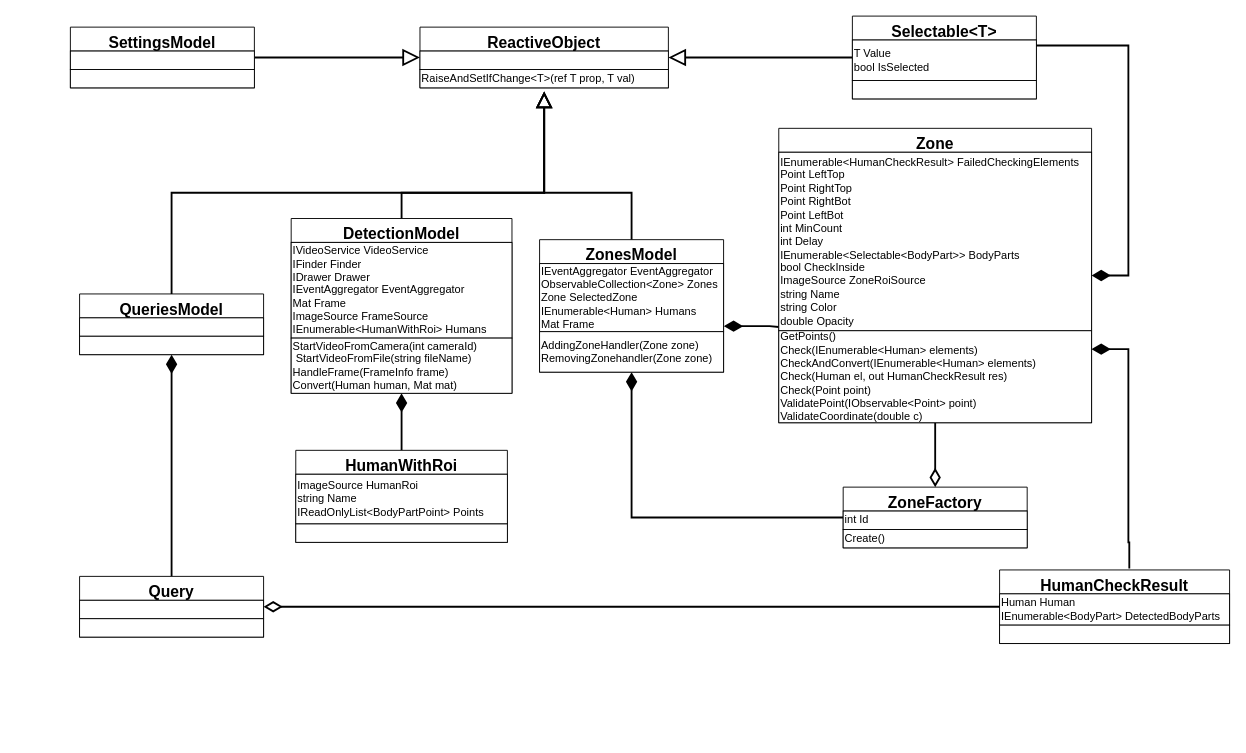
This is page "Models" (1 of 11) of Engineering/Packets-detailed.drawio from GoldGreen/Skeletonization, a draw.io file, before an edit. Source tidied: cells renumbered, new cells numbered last; positions are measured from the earlier drawing's top-left corner, leaving out a move shared by most shapes. Both pictures are drawn from the tidied source at 92%, with x=0, y=0 at pixel (70, 16).
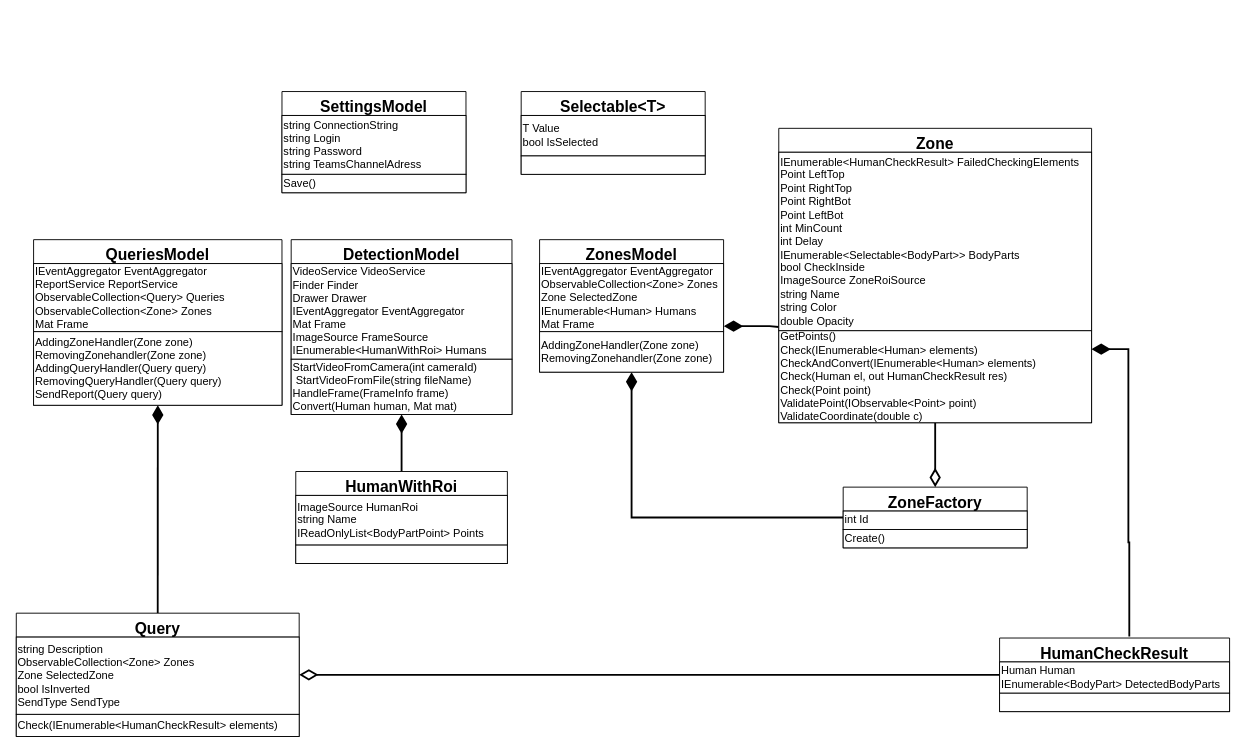
The same diagram, later.

Unchanged cells that the change refers to:
```xml
<mxCell id="10" value="ZonesModel" style="swimlane;fontStyle=1;align=center;verticalAlign=top;horizontal=1;startSize=26;fontSize=17;" parent="1" vertex="1">
  <mxGeometry x="510" y="243" width="200" height="144" as="geometry" />
</mxCell>
<mxCell id="27" value="Zone" style="swimlane;fontStyle=1;align=center;verticalAlign=top;horizontal=1;startSize=26;fontSize=17;" parent="1" vertex="1">
  <mxGeometry x="770" y="122" width="340" height="320" as="geometry" />
</mxCell>
```

Diff of the diagram source:
```diff
@@
-    <mxCell id="2" value="ReactiveObject" style="swimlane;fontStyle=1;align=center;verticalAlign=top;horizontal=1;startSize=26;fontSize=17;" parent="1" vertex="1">
-      <mxGeometry x="380" y="12" width="270" height="66" as="geometry" />
-    </mxCell>
-    <mxCell id="3" style="rounded=0;whiteSpace=wrap;html=1;fontFamily=Helvetica;fontSize=12;fontColor=default;startSize=26;strokeColor=default;fillColor=default;align=left;" parent="2" vertex="1">
-      <mxGeometry y="26" width="270" height="20" as="geometry" />
-    </mxCell>
-    <mxCell id="4" value="&lt;span&gt;RaiseAndSetIfChange&amp;lt;T&amp;gt;(ref T prop, T val)&lt;/span&gt;" style="rounded=0;whiteSpace=wrap;html=1;fontFamily=Helvetica;fontSize=12;fontColor=default;startSize=26;strokeColor=default;fillColor=default;align=left;" parent="2" vertex="1">
-      <mxGeometry y="46" width="270" height="20" as="geometry" />
-    </mxCell>
@@
-    <mxCell id="7" style="edgeStyle=orthogonalEdgeStyle;rounded=0;jettySize=auto;html=1;exitX=0.5;exitY=0;exitDx=0;exitDy=0;fontFamily=Helvetica;fontSize=12;fontColor=default;endArrow=block;endFill=0;startSize=26;endSize=13;strokeWidth=2;entryX=0.5;entryY=1;entryDx=0;entryDy=0;" parent="1" edge="1" source="10">
-      <mxGeometry relative="1" as="geometry">
-        <mxPoint x="515" y="82" as="targetPoint" />
-        <Array as="points">
-          <mxPoint x="610" y="192" />
-          <mxPoint x="515" y="192" />
-        </Array>
-      </mxGeometry>
-    </mxCell>
-    <mxCell id="8" value="&lt;span style=&quot;font-size: 17px&quot;&gt; &lt;/span&gt;" style="edgeLabel;html=1;align=center;verticalAlign=middle;fontSize=18;fontFamily=Helvetica;fontColor=default;" parent="7" vertex="1">
-      <mxGeometry x="-0.56" y="-1" relative="1" as="geometry" />
-    </mxCell>
@@
-    <mxCell id="17" value=" " style="edgeStyle=orthogonalEdgeStyle;rounded=0;jettySize=auto;html=1;exitX=1;exitY=0.5;exitDx=0;exitDy=0;entryX=0;entryY=0.5;entryDx=0;entryDy=0;fontSize=17;endArrow=block;endFill=0;startSize=6;endSize=14;strokeWidth=2;" parent="1" edge="1" source="18" target="2">
-      <mxGeometry relative="1" as="geometry" />
-    </mxCell>
     <mxCell id="18" value="SettingsModel" style="swimlane;fontStyle=1;align=center;verticalAlign=top;horizontal=1;startSize=26;fontSize=17;" parent="1" vertex="1">
-      <mxGeometry y="12" width="200" height="66" as="geometry" />
+      <mxGeometry x="230" y="82" width="200" height="110" as="geometry" />
     </mxCell>
-    <mxCell id="19" style="rounded=0;whiteSpace=wrap;html=1;fontFamily=Helvetica;fontSize=12;fontColor=default;startSize=26;strokeColor=default;fillColor=default;align=left;" parent="18" vertex="1">
-      <mxGeometry y="26" width="200" height="20" as="geometry" />
+    <mxCell id="19" value="string ConnectionString&lt;br&gt;string Login&lt;br&gt;string Password&lt;br&gt;string TeamsChannelAdress" style="rounded=0;whiteSpace=wrap;html=1;fontFamily=Helvetica;fontSize=12;fontColor=default;startSize=26;strokeColor=default;fillColor=default;align=left;" parent="18" vertex="1">
+      <mxGeometry y="26" width="200" height="64" as="geometry" />
     </mxCell>
-    <mxCell id="20" style="rounded=0;whiteSpace=wrap;html=1;fontFamily=Helvetica;fontSize=12;fontColor=default;startSize=26;strokeColor=default;fillColor=default;align=left;" parent="18" vertex="1">
-      <mxGeometry y="46" width="200" height="20" as="geometry" />
+    <mxCell id="20" value="Save()" style="rounded=0;whiteSpace=wrap;html=1;fontFamily=Helvetica;fontSize=12;fontColor=default;startSize=26;strokeColor=default;fillColor=default;align=left;" parent="18" vertex="1">
+      <mxGeometry y="90" width="200" height="20" as="geometry" />
     </mxCell>
@@
-    <mxCell id="22" style="edgeStyle=orthogonalEdgeStyle;rounded=0;jettySize=auto;html=1;exitX=0.5;exitY=0;exitDx=0;exitDy=0;entryX=0.5;entryY=1;entryDx=0;entryDy=0;fontFamily=Helvetica;fontSize=12;fontColor=default;startSize=26;endArrow=block;endFill=0;endSize=13;strokeWidth=2;" parent="1" edge="1" source="24">
-      <mxGeometry relative="1" as="geometry">
-        <mxPoint x="515" y="82" as="targetPoint" />
-        <Array as="points">
-          <mxPoint x="360" y="192" />
-          <mxPoint x="515" y="192" />
-        </Array>
-      </mxGeometry>
-    </mxCell>
-    <mxCell id="23" value="&lt;span style=&quot;font-size: 17px&quot;&gt; &lt;/span&gt;" style="edgeLabel;html=1;align=center;verticalAlign=middle;fontSize=18;fontFamily=Helvetica;fontColor=default;" parent="22" vertex="1">
-      <mxGeometry x="-0.66" y="-4" relative="1" as="geometry" />
-    </mxCell>
     <mxCell id="24" value="DetectionModel" style="swimlane;fontStyle=1;align=center;verticalAlign=top;horizontal=1;startSize=26;fontSize=17;" parent="1" vertex="1">
-      <mxGeometry x="240" y="220" width="240" height="190" as="geometry" />
+      <mxGeometry x="240" y="243" width="240" height="190" as="geometry" />
     </mxCell>
-    <mxCell id="25" value="IVideoService VideoService&lt;br&gt;IFinder Finder&lt;br&gt;IDrawer Drawer&lt;br&gt;IEventAggregator EventAggregator&lt;br&gt;Mat Frame&lt;br&gt;ImageSource FrameSource&lt;br&gt;IEnumerable&amp;lt;HumanWithRoi&amp;gt; Humans" style="rounded=0;whiteSpace=wrap;html=1;fontFamily=Helvetica;fontSize=12;fontColor=default;startSize=26;strokeColor=default;fillColor=default;align=left;" parent="24" vertex="1">
+    <mxCell id="25" value="VideoService VideoService&lt;br&gt;Finder Finder&lt;br&gt;Drawer Drawer&lt;br&gt;IEventAggregator EventAggregator&lt;br&gt;Mat Frame&lt;br&gt;ImageSource FrameSource&lt;br&gt;IEnumerable&amp;lt;HumanWithRoi&amp;gt; Humans" style="rounded=0;whiteSpace=wrap;html=1;fontFamily=Helvetica;fontSize=12;fontColor=default;startSize=26;strokeColor=default;fillColor=default;align=left;" parent="24" vertex="1">
       <mxGeometry y="26" width="240" height="104" as="geometry" />
     </mxCell>
@@
-    <mxCell id="32" style="edgeStyle=orthogonalEdgeStyle;rounded=0;jettySize=auto;html=1;exitX=0.5;exitY=0;exitDx=0;exitDy=0;entryX=0.5;entryY=1;entryDx=0;entryDy=0;fontFamily=Helvetica;fontSize=12;fontColor=default;endArrow=block;endFill=0;startSize=26;endSize=13;strokeWidth=2;" parent="1" edge="1" source="34">
-      <mxGeometry relative="1" as="geometry">
-        <mxPoint x="515" y="82" as="targetPoint" />
-        <Array as="points">
-          <mxPoint x="110" y="192" />
-          <mxPoint x="515" y="192" />
-        </Array>
-      </mxGeometry>
-    </mxCell>
-    <mxCell id="33" value="&lt;span style=&quot;font-size: 17px&quot;&gt; &lt;/span&gt;" style="edgeLabel;html=1;align=center;verticalAlign=middle;fontSize=18;fontFamily=Helvetica;fontColor=default;" parent="32" vertex="1">
-      <mxGeometry x="-0.23" y="-1" relative="1" as="geometry" />
-    </mxCell>
     <mxCell id="34" value="QueriesModel" style="swimlane;fontStyle=1;align=center;verticalAlign=top;horizontal=1;startSize=26;fontSize=17;" parent="1" vertex="1">
-      <mxGeometry x="10" y="302" width="200" height="66" as="geometry" />
+      <mxGeometry x="-40" y="243" width="270" height="180" as="geometry" />
     </mxCell>
-    <mxCell id="35" style="rounded=0;whiteSpace=wrap;html=1;fontFamily=Helvetica;fontSize=12;fontColor=default;startSize=26;strokeColor=default;fillColor=default;align=left;" parent="34" vertex="1">
-      <mxGeometry y="26" width="200" height="20" as="geometry" />
+    <mxCell id="35" value="&lt;span&gt;IEventAggregator EventAggregator&lt;br&gt;&lt;/span&gt;ReportService ReportService&lt;br&gt;&lt;span&gt;ObservableCollection&amp;lt;Query&amp;gt; Queries&lt;br&gt;&lt;/span&gt;ObservableCollection&amp;lt;Zone&amp;gt; Zones&lt;br&gt;&lt;span&gt;Mat Frame&lt;br&gt;&lt;/span&gt;" style="rounded=0;whiteSpace=wrap;html=1;fontFamily=Helvetica;fontSize=12;fontColor=default;startSize=26;strokeColor=default;fillColor=default;align=left;" parent="34" vertex="1">
+      <mxGeometry y="26" width="270" height="74" as="geometry" />
     </mxCell>
-    <mxCell id="36" style="rounded=0;whiteSpace=wrap;html=1;fontFamily=Helvetica;fontSize=12;fontColor=default;startSize=26;strokeColor=default;fillColor=default;align=left;" parent="34" vertex="1">
-      <mxGeometry y="46" width="200" height="20" as="geometry" />
+    <mxCell id="36" value="&lt;span&gt;AddingZoneHandler(Zone zone)&lt;/span&gt;&lt;br&gt;&lt;span&gt;RemovingZonehandler(Zone zone)&lt;br&gt;&lt;/span&gt;AddingQueryHandler(Query query)&lt;br&gt;RemovingQueryHandler(Query query)&lt;br&gt;SendReport(Query query)&lt;span&gt;&lt;br&gt;&lt;/span&gt;" style="rounded=0;whiteSpace=wrap;html=1;fontFamily=Helvetica;fontSize=12;fontColor=default;startSize=26;strokeColor=default;fillColor=default;align=left;" parent="34" vertex="1">
+      <mxGeometry y="100" width="270" height="80" as="geometry" />
     </mxCell>
     <mxCell id="37" value="HumanWithRoi" style="swimlane;fontStyle=1;align=center;verticalAlign=top;horizontal=1;startSize=26;fontSize=17;" parent="1" vertex="1">
-      <mxGeometry x="245" y="472" width="230" height="100" as="geometry" />
+      <mxGeometry x="245" y="495" width="230" height="100" as="geometry" />
     </mxCell>
@@
     <mxCell id="40" value="HumanCheckResult" style="swimlane;fontStyle=1;align=center;verticalAlign=top;horizontal=1;startSize=26;fontSize=17;" parent="1" vertex="1">
-      <mxGeometry x="1010" y="602" width="250" height="80" as="geometry" />
+      <mxGeometry x="1010" y="676" width="250" height="80" as="geometry" />
     </mxCell>
@@
-    <mxCell id="43" style="edgeStyle=orthogonalEdgeStyle;rounded=0;jettySize=auto;html=1;exitX=0;exitY=0.5;exitDx=0;exitDy=0;entryX=1;entryY=0.5;entryDx=0;entryDy=0;fontSize=17;endArrow=block;endFill=0;startSize=6;endSize=14;strokeWidth=2;" parent="1" edge="1" source="45" target="2">
-      <mxGeometry relative="1" as="geometry" />
-    </mxCell>
-    <mxCell id="44" value=" " style="edgeLabel;html=1;align=center;verticalAlign=middle;fontSize=17;" parent="43" vertex="1">
-      <mxGeometry x="-0.22" y="2" relative="1" as="geometry" />
-    </mxCell>
     <mxCell id="45" value="Selectable&lt;T&gt;" style="swimlane;fontStyle=1;align=center;verticalAlign=top;horizontal=1;startSize=26;fontSize=17;" parent="1" vertex="1">
-      <mxGeometry x="850" width="200" height="90" as="geometry" />
+      <mxGeometry x="490" y="82" width="200" height="90" as="geometry" />
     </mxCell>
@@
-    <mxCell id="48" value=" " style="edgeStyle=orthogonalEdgeStyle;rounded=0;jettySize=auto;html=1;exitX=1;exitY=0.5;exitDx=0;exitDy=0;fontSize=17;endArrow=none;endFill=0;startSize=15;endSize=14;strokeWidth=2;startArrow=diamondThin;startFill=1;" parent="1" edge="1" source="27">
-      <mxGeometry relative="1" as="geometry">
-        <mxPoint x="1050" y="32" as="targetPoint" />
-        <Array as="points">
-          <mxPoint x="1150" y="282" />
-          <mxPoint x="1150" y="32" />
-        </Array>
-      </mxGeometry>
-    </mxCell>
@@
     <mxCell id="50" value="Query" style="swimlane;fontStyle=1;align=center;verticalAlign=top;horizontal=1;startSize=26;fontSize=17;" parent="1" vertex="1">
-      <mxGeometry x="10" y="609" width="200" height="66" as="geometry" />
+      <mxGeometry x="-58.8" y="649" width="307.5" height="134" as="geometry" />
     </mxCell>
-    <mxCell id="51" style="rounded=0;whiteSpace=wrap;html=1;fontFamily=Helvetica;fontSize=12;fontColor=default;startSize=26;strokeColor=default;fillColor=default;align=left;" parent="50" vertex="1">
-      <mxGeometry y="26" width="200" height="20" as="geometry" />
+    <mxCell id="51" value="&lt;span&gt;string Description&lt;br&gt;ObservableCollection&amp;lt;Zone&amp;gt; Zones&lt;br&gt;Zone SelectedZone&lt;br&gt;bool IsInverted&lt;br&gt;SendType SendType&lt;br&gt;&lt;/span&gt;" style="rounded=0;whiteSpace=wrap;html=1;fontFamily=Helvetica;fontSize=12;fontColor=default;startSize=26;strokeColor=default;fillColor=default;align=left;" parent="50" vertex="1">
+      <mxGeometry y="26" width="307.5" height="84" as="geometry" />
     </mxCell>
-    <mxCell id="52" style="rounded=0;whiteSpace=wrap;html=1;fontFamily=Helvetica;fontSize=12;fontColor=default;startSize=26;strokeColor=default;fillColor=default;align=left;" parent="50" vertex="1">
-      <mxGeometry y="46" width="200" height="20" as="geometry" />
+    <mxCell id="52" value="Check(IEnumerable&amp;lt;&lt;span style=&quot;font-size: 12px ; text-align: center&quot;&gt;HumanCheckResult&lt;/span&gt;&amp;gt; elements)" style="rounded=0;whiteSpace=wrap;html=1;fontFamily=Helvetica;fontSize=12;fontColor=default;startSize=26;strokeColor=default;fillColor=default;align=left;" parent="50" vertex="1">
+      <mxGeometry y="110" width="307.5" height="24" as="geometry" />
     </mxCell>
```
